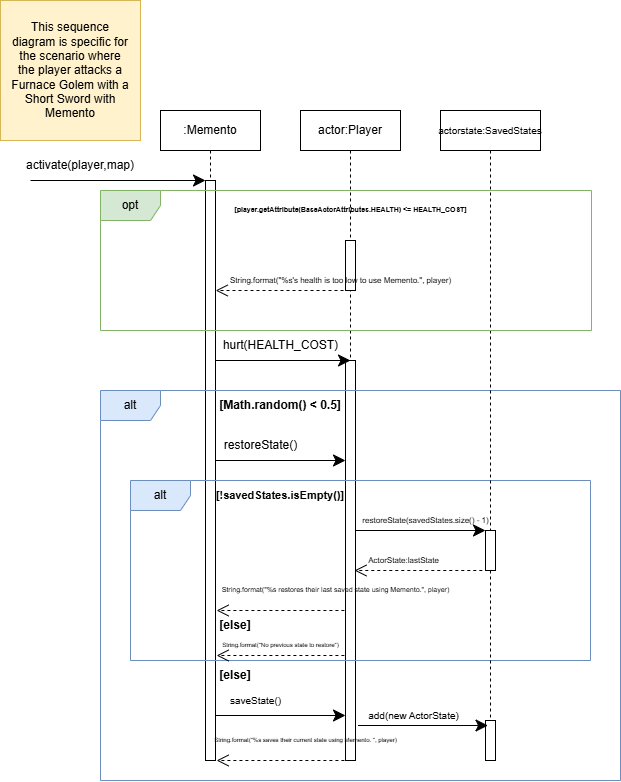
Earlier version of the draw.io export docs/design/Assignment3/A3_REQ3_Sequence_Diagram.png (Fennessy10/EldenThingJava). Source tidied: cells renumbered, new cells last; positions are measured from the earlier drawing's top-left corner, leaving out a move shared by most shapes.
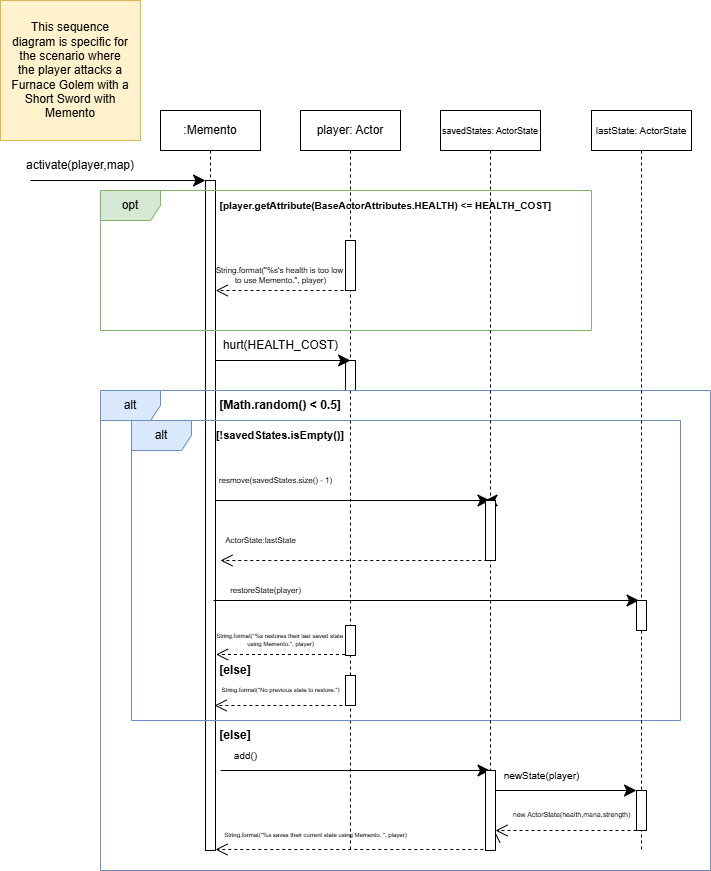
The same file after the commit.

Commit message:
Updated UML and Sequence Diagrams for REQ 3

Change to the diagram source:
```diff
@@ -3,10 +3,10 @@
     <mxCell id="0" />
     <mxCell id="1" parent="0" />
     <mxCell id="2" value=":Memento" style="shape=umlLifeline;perimeter=lifelinePerimeter;whiteSpace=wrap;html=1;newEdgeStyle={&quot;curved&quot;:0,&quot;rounded&quot;:0};" parent="1" vertex="1">
-      <mxGeometry x="160" y="110" width="100" height="650" as="geometry" />
+      <mxGeometry x="160" y="110" width="100" height="740" as="geometry" />
     </mxCell>
     <mxCell id="3" style="html=1;points=[[0,0,0,0,5],[0,1,0,0,-5],[1,0,0,0,5],[1,1,0,0,-5]];perimeter=orthogonalPerimeter;outlineConnect=0;targetShapes=umlLifeline;portConstraint=eastwest;newEdgeStyle={&quot;curved&quot;:0,&quot;rounded&quot;:0};" parent="2" vertex="1">
-      <mxGeometry x="45" y="70" width="10" height="580" as="geometry" />
+      <mxGeometry x="45" y="70" width="10" height="670" as="geometry" />
     </mxCell>
     <mxCell id="4" style="whiteSpace=wrap;html=1;fillColor=#fff2cc;strokeColor=#d6b656;" parent="1" vertex="1">
       <mxGeometry width="140" height="140" as="geometry" />
@@ -14,14 +14,14 @@
     <mxCell id="5" value="This sequence diagram is specific for the scenario where the player attacks a Furnace Golem with a Short Sword with Memento" style="text;html=1;align=center;verticalAlign=middle;whiteSpace=wrap;rounded=0;" parent="1" vertex="1">
       <mxGeometry x="10" y="55" width="120" height="30" as="geometry" />
     </mxCell>
-    <mxCell id="6" value="actor:Player" style="shape=umlLifeline;perimeter=lifelinePerimeter;whiteSpace=wrap;html=1;newEdgeStyle={&quot;curved&quot;:0,&quot;rounded&quot;:0};" parent="1" vertex="1">
-      <mxGeometry x="300" y="110" width="100" height="650" as="geometry" />
+    <mxCell id="6" value="player: Actor" style="shape=umlLifeline;perimeter=lifelinePerimeter;whiteSpace=wrap;html=1;newEdgeStyle={&quot;curved&quot;:0,&quot;rounded&quot;:0};" parent="1" vertex="1">
+      <mxGeometry x="300" y="110" width="100" height="740" as="geometry" />
     </mxCell>
     <mxCell id="7" style="html=1;perimeter=orthogonalPerimeter;targetShapes=umlLifeline;newEdgeStyle={&quot;curved&quot;:0,&quot;rounded&quot;:0};" parent="6" vertex="1">
       <mxGeometry x="45" y="130" width="10" height="50" as="geometry" />
     </mxCell>
     <mxCell id="8" style="html=1;perimeter=orthogonalPerimeter;targetShapes=umlLifeline;newEdgeStyle={&quot;curved&quot;:0,&quot;rounded&quot;:0};" parent="6" vertex="1">
-      <mxGeometry x="45" y="250" width="10" height="400" as="geometry" />
+      <mxGeometry x="45" y="250" width="10" height="30" as="geometry" />
     </mxCell>
     <mxCell id="9" style="endArrow=classic;html=1;rounded=0;endSize=10;" parent="1" edge="1" target="3">
       <mxGeometry relative="1" as="geometry">
@@ -32,10 +32,10 @@
       <mxGeometry x="50" y="150" width="60" height="30" as="geometry" />
     </mxCell>
     <mxCell id="11" value="alt" style="shape=umlFrame;whiteSpace=wrap;html=1;fillColor=#dae8fc;strokeColor=#6c8ebf;" parent="1" vertex="1">
-      <mxGeometry x="130" y="480" width="460" height="180" as="geometry" />
+      <mxGeometry x="131" y="420" width="549" height="300" as="geometry" />
     </mxCell>
-    <mxCell id="12" value="&lt;span&gt;[player.getAttribute(BaseActorAttributes.HEALTH) &amp;lt;= HEALTH_COST]&lt;/span&gt;" style="text;html=1;align=center;verticalAlign=middle;strokeColor=none;fillColor=none;fontSize=7;fontStyle=1;" parent="1" vertex="1">
-      <mxGeometry x="230" y="200" width="240" height="20" as="geometry" />
+    <mxCell id="12" value="&lt;span style=&quot;font-size: 10px;&quot;&gt;[player.getAttribute(BaseActorAttributes.HEALTH) &amp;lt;= HEALTH_COST]&lt;/span&gt;" style="text;html=1;align=center;verticalAlign=middle;strokeColor=none;fillColor=none;fontSize=10;fontStyle=1;" parent="1" vertex="1">
+      <mxGeometry x="215" y="190" width="340" height="30" as="geometry" />
     </mxCell>
     <mxCell id="13" style="endArrow=open;html=1;rounded=0;endSize=10;entryX=-0.016;entryY=0.472;entryDx=0;entryDy=0;entryPerimeter=0;endFill=0;dashed=1;" parent="1" edge="1">
       <mxGeometry relative="1" as="geometry">
@@ -43,8 +43,8 @@
         <mxPoint x="215.2" y="290" as="targetPoint" />
       </mxGeometry>
     </mxCell>
-    <mxCell id="14" value="String.format(&quot;%s's health is too low to use Memento.&quot;, player)" style="text;html=1;align=center;verticalAlign=middle;strokeColor=none;fillColor=none;fontSize=8;" parent="1" vertex="1">
-      <mxGeometry x="220" y="270" width="240" height="20" as="geometry" />
+    <mxCell id="14" value="String.format(&quot;%s's health is too low&amp;nbsp;&lt;div&gt;to use Memento.&quot;, player)&lt;/div&gt;" style="text;html=1;align=center;verticalAlign=middle;strokeColor=none;fillColor=none;fontSize=8;" parent="1" vertex="1">
+      <mxGeometry x="205" y="260" width="150" height="30" as="geometry" />
     </mxCell>
     <mxCell id="15" style="endArrow=classic;html=1;rounded=0;endSize=10;" parent="1" edge="1">
       <mxGeometry relative="1" as="geometry">
@@ -56,103 +56,139 @@
       <mxGeometry x="210" y="330" width="140" height="30" as="geometry" />
     </mxCell>
     <mxCell id="17" value="alt" style="shape=umlFrame;whiteSpace=wrap;html=1;fillColor=#dae8fc;strokeColor=#6c8ebf;" parent="1" vertex="1">
-      <mxGeometry x="100" y="390" width="520" height="390" as="geometry" />
+      <mxGeometry x="100" y="390" width="610" height="480" as="geometry" />
     </mxCell>
     <mxCell id="18" value="[Math.random() &amp;lt; 0.5]" style="text;html=1;align=center;verticalAlign=middle;whiteSpace=wrap;rounded=0;fontStyle=1;" parent="1" vertex="1">
       <mxGeometry x="185" y="390" width="190" height="30" as="geometry" />
     </mxCell>
     <mxCell id="19" style="endArrow=open;html=1;rounded=0;endSize=10;entryX=-0.016;entryY=0.472;entryDx=0;entryDy=0;entryPerimeter=0;endFill=0;dashed=1;" parent="1" edge="1">
       <mxGeometry relative="1" as="geometry">
-        <mxPoint x="343.9" y="610" as="sourcePoint" />
-        <mxPoint x="216.1" y="610" as="targetPoint" />
+        <mxPoint x="344.4" y="654" as="sourcePoint" />
+        <mxPoint x="215.6" y="654" as="targetPoint" />
       </mxGeometry>
     </mxCell>
     <mxCell id="20" style="endArrow=classic;html=1;rounded=0;endSize=10;" parent="1" edge="1">
       <mxGeometry relative="1" as="geometry">
-        <mxPoint x="215" y="460" as="sourcePoint" />
-        <mxPoint x="345" y="460" as="targetPoint" />
+        <mxPoint x="345" y="480" as="sourcePoint" />
+        <mxPoint x="345" y="480" as="targetPoint" />
       </mxGeometry>
     </mxCell>
-    <mxCell id="21" value="&lt;font style=&quot;font-size: 10px;&quot;&gt;actorstate:SavedStates&lt;/font&gt;" style="shape=umlLifeline;perimeter=lifelinePerimeter;whiteSpace=wrap;html=1;outlineConnect=0;portConstraint=eastwest;newEdgeStyle={&quot;curved&quot;:0,&quot;rounded&quot;:0};fontSize=10;" parent="1" vertex="1">
-      <mxGeometry x="440" y="110" width="100" height="650" as="geometry" />
-    </mxCell>
-    <mxCell id="22" style="html=1;perimeter=orthogonalPerimeter;targetShapes=umlLifeline;newEdgeStyle={&quot;curved&quot;:0,&quot;rounded&quot;:0};" parent="21" vertex="1">
-      <mxGeometry x="45" y="420" width="10" height="40" as="geometry" />
-    </mxCell>
-    <mxCell id="23" style="html=1;points=[[0,0,0,0,5],[0,1,0,0,-5],[1,0,0,0,5],[1,1,0,0,-5]];perimeter=orthogonalPerimeter;outlineConnect=0;targetShapes=umlLifeline;portConstraint=eastwest;newEdgeStyle={&quot;curved&quot;:0,&quot;rounded&quot;:0};" parent="21" vertex="1">
-      <mxGeometry x="45" y="610" width="10" height="40" as="geometry" />
-    </mxCell>
-    <mxCell id="24" value="restoreState()" style="text;html=1;align=center;verticalAlign=middle;strokeColor=none;fillColor=none;" parent="1" vertex="1">
-      <mxGeometry x="210" y="430" width="100" height="30" as="geometry" />
-    </mxCell>
     <mxCell id="25" value="opt" style="shape=umlFrame;whiteSpace=wrap;html=1;fillColor=#d5e8d4;strokeColor=#82b366;" parent="1" vertex="1">
       <mxGeometry x="100" y="190" width="491" height="140" as="geometry" />
     </mxCell>
     <mxCell id="26" value="&lt;font style=&quot;font-size: 11px;&quot;&gt;[!savedStates.isEmpty()]&lt;/font&gt;" style="text;html=1;align=center;verticalAlign=middle;whiteSpace=wrap;rounded=0;fontStyle=1;" parent="1" vertex="1">
-      <mxGeometry x="185" y="480" width="190" height="30" as="geometry" />
+      <mxGeometry x="185" y="420" width="190" height="30" as="geometry" />
     </mxCell>
-    <mxCell id="27" style="endArrow=classic;html=1;rounded=0;endSize=10;" parent="1" edge="1">
+    <mxCell id="27" style="endArrow=classic;html=1;rounded=0;endSize=10;" parent="1" edge="1" source="21">
       <mxGeometry relative="1" as="geometry">
-        <mxPoint x="355" y="530" as="sourcePoint" />
-        <mxPoint x="485" y="530" as="targetPoint" />
+        <mxPoint x="484.5" y="500" as="targetPoint" />
       </mxGeometry>
     </mxCell>
-    <mxCell id="28" value="restoreState(savedStates.size() - 1)" style="text;html=1;align=center;verticalAlign=middle;strokeColor=none;fillColor=none;fontSize=8;" parent="1" vertex="1">
-      <mxGeometry x="350" y="510" width="150" height="20" as="geometry" />
+    <mxCell id="28" value="resmove(savedStates.size() - 1)" style="text;html=1;align=center;verticalAlign=middle;strokeColor=none;fillColor=none;fontSize=8;" parent="1" vertex="1">
+      <mxGeometry x="205" y="470" width="140" height="20" as="geometry" />
     </mxCell>
-    <mxCell id="29" style="endArrow=open;html=1;rounded=0;endSize=10;entryX=-0.016;entryY=0.472;entryDx=0;entryDy=0;entryPerimeter=0;endFill=0;dashed=1;" parent="1" edge="1">
+    <mxCell id="29" style="endArrow=open;html=1;rounded=0;endSize=10;endFill=0;dashed=1;" parent="1" edge="1">
       <mxGeometry relative="1" as="geometry">
-        <mxPoint x="481.8" y="570" as="sourcePoint" />
-        <mxPoint x="354" y="570" as="targetPoint" />
+        <mxPoint x="486.8" y="560" as="sourcePoint" />
+        <mxPoint x="220" y="560" as="targetPoint" />
       </mxGeometry>
     </mxCell>
     <mxCell id="30" value="ActorState:lastState" style="text;html=1;align=center;verticalAlign=middle;strokeColor=none;fillColor=none;fontSize=8;" parent="1" vertex="1">
-      <mxGeometry x="357.5" y="550" width="90" height="20" as="geometry" />
+      <mxGeometry x="215" y="530" width="90" height="20" as="geometry" />
     </mxCell>
-    <mxCell id="31" value="String.format(&quot;%s restores their last saved state using Memento.&quot;, player)" style="text;html=1;align=center;verticalAlign=middle;strokeColor=none;fillColor=none;fontSize=7;" parent="1" vertex="1">
-      <mxGeometry x="210" y="580" width="250" height="20" as="geometry" />
-    </mxCell>
     <mxCell id="32" value="[else]" style="text;html=1;align=center;verticalAlign=middle;whiteSpace=wrap;rounded=0;fontStyle=1;" parent="1" vertex="1">
-      <mxGeometry x="140" y="610" width="190" height="30" as="geometry" />
+      <mxGeometry x="140" y="655" width="190" height="30" as="geometry" />
     </mxCell>
     <mxCell id="33" value="[else]" style="text;html=1;align=center;verticalAlign=middle;whiteSpace=wrap;rounded=0;fontStyle=1;" parent="1" vertex="1">
-      <mxGeometry x="140" y="660" width="190" height="30" as="geometry" />
+      <mxGeometry x="140" y="720" width="190" height="30" as="geometry" />
     </mxCell>
-    <mxCell id="34" style="endArrow=open;html=1;rounded=0;endSize=10;entryX=-0.016;entryY=0.472;entryDx=0;entryDy=0;entryPerimeter=0;endFill=0;dashed=1;" parent="1" edge="1">
-      <mxGeometry relative="1" as="geometry">
-        <mxPoint x="343.9" y="655" as="sourcePoint" />
-        <mxPoint x="216.1" y="655" as="targetPoint" />
-      </mxGeometry>
-    </mxCell>
-    <mxCell id="35" value="&lt;font style=&quot;font-size: 6px;&quot;&gt;String.format(&quot;No previous state to restore&quot;)&lt;/font&gt;" style="text;html=1;align=center;verticalAlign=middle;strokeColor=none;fillColor=none;fontSize=7;" parent="1" vertex="1">
-      <mxGeometry x="210" y="635" width="140" height="20" as="geometry" />
-    </mxCell>
     <mxCell id="36" style="endArrow=open;html=1;rounded=0;endSize=10;entryX=-0.016;entryY=0.472;entryDx=0;entryDy=0;entryPerimeter=0;endFill=0;dashed=1;" parent="1" edge="1">
       <mxGeometry relative="1" as="geometry">
-        <mxPoint x="343.9" y="760" as="sourcePoint" />
-        <mxPoint x="216.1" y="760" as="targetPoint" />
+        <mxPoint x="482.8" y="849" as="sourcePoint" />
+        <mxPoint x="215" y="849" as="targetPoint" />
       </mxGeometry>
     </mxCell>
     <mxCell id="37" value="&lt;font style=&quot;font-size: 6px;&quot;&gt;String.format(&quot;%s saves their current state using Memento. &quot;, player)&lt;/font&gt;" style="text;html=1;align=center;verticalAlign=middle;strokeColor=none;fillColor=none;fontSize=6;" parent="1" vertex="1">
-      <mxGeometry x="200" y="730" width="210" height="20" as="geometry" />
+      <mxGeometry x="210" y="825" width="210" height="20" as="geometry" />
     </mxCell>
-    <mxCell id="38" value="&lt;font style=&quot;font-size: 10px;&quot;&gt;saveState()&lt;/font&gt;" style="text;html=1;align=center;verticalAlign=middle;strokeColor=none;fillColor=none;fontSize=10;" parent="1" vertex="1">
-      <mxGeometry x="220" y="685" width="70" height="30" as="geometry" />
+    <mxCell id="38" value="add()" style="text;html=1;align=center;verticalAlign=middle;strokeColor=none;fillColor=none;fontSize=10;" parent="1" vertex="1">
+      <mxGeometry x="220" y="740" width="50" height="30" as="geometry" />
     </mxCell>
-    <mxCell id="39" style="endArrow=classic;html=1;rounded=0;endSize=10;" parent="1" edge="1">
+    <mxCell id="39" style="endArrow=classic;html=1;rounded=0;endSize=10;" parent="1" edge="1" target="21">
       <mxGeometry relative="1" as="geometry">
-        <mxPoint x="215" y="715" as="sourcePoint" />
-        <mxPoint x="345" y="715" as="targetPoint" />
+        <mxPoint x="220" y="770" as="sourcePoint" />
       </mxGeometry>
     </mxCell>
-    <mxCell id="40" style="endArrow=classic;html=1;rounded=0;endSize=10;" parent="1" edge="1">
+    <mxCell id="40" style="endArrow=classic;html=1;rounded=0;endSize=10;" parent="1" edge="1" target="45">
       <mxGeometry relative="1" as="geometry">
-        <mxPoint x="357.5" y="725" as="sourcePoint" />
-        <mxPoint x="487.5" y="725" as="targetPoint" />
+        <mxPoint x="495" y="790" as="sourcePoint" />
       </mxGeometry>
     </mxCell>
-    <mxCell id="41" value="add(new ActorState)" style="text;html=1;align=center;verticalAlign=middle;strokeColor=none;fillColor=none;fontSize=10;" parent="1" vertex="1">
-      <mxGeometry x="357.5" y="700" width="110" height="30" as="geometry" />
-    </mxCell>
+    <mxCell id="42" style="endArrow=classic;html=1;rounded=0;endSize=10;" parent="1" edge="1">
+      <mxGeometry relative="1" as="geometry">
+        <mxPoint x="213" y="600" as="sourcePoint" />
+        <mxPoint x="638.5" y="600" as="targetPoint" />
+      </mxGeometry>
+    </mxCell>
+    <mxCell id="43" value="lastState: ActorState" style="shape=umlLifeline;perimeter=lifelinePerimeter;whiteSpace=wrap;html=1;newEdgeStyle={&quot;curved&quot;:0,&quot;rounded&quot;:0};fontSize=10;" parent="1" vertex="1">
+      <mxGeometry x="591" y="110" width="100" height="740" as="geometry" />
+    </mxCell>
+    <mxCell id="44" style="html=1;perimeter=orthogonalPerimeter;targetShapes=umlLifeline;newEdgeStyle={&quot;curved&quot;:0,&quot;rounded&quot;:0};" parent="43" vertex="1">
+      <mxGeometry x="45" y="490" width="10" height="30" as="geometry" />
+    </mxCell>
+    <mxCell id="45" style="html=1;points=[[0,0,0,0,5],[0,1,0,0,-5],[1,0,0,0,5],[1,1,0,0,-5]];perimeter=orthogonalPerimeter;outlineConnect=0;targetShapes=umlLifeline;portConstraint=eastwest;newEdgeStyle={&quot;curved&quot;:0,&quot;rounded&quot;:0};" parent="43" vertex="1">
+      <mxGeometry x="45" y="680" width="10" height="40" as="geometry" />
+    </mxCell>
+    <mxCell id="46" value="restoreState(player)" style="text;html=1;align=center;verticalAlign=middle;strokeColor=none;fillColor=none;fontSize=8;" parent="1" vertex="1">
+      <mxGeometry x="220" y="580" width="90" height="20" as="geometry" />
+    </mxCell>
+    <mxCell id="47" style="html=1;perimeter=orthogonalPerimeter;targetShapes=umlLifeline;newEdgeStyle={&quot;curved&quot;:0,&quot;rounded&quot;:0};" parent="1" vertex="1">
+      <mxGeometry x="345" y="625" width="10" height="30" as="geometry" />
+    </mxCell>
+    <mxCell id="48" style="html=1;perimeter=orthogonalPerimeter;targetShapes=umlLifeline;newEdgeStyle={&quot;curved&quot;:0,&quot;rounded&quot;:0};" parent="1" vertex="1">
+      <mxGeometry x="345" y="675" width="10" height="30" as="geometry" />
+    </mxCell>
+    <mxCell id="49" style="endArrow=open;html=1;rounded=0;endSize=10;entryX=-0.016;entryY=0.472;entryDx=0;entryDy=0;entryPerimeter=0;endFill=0;dashed=1;" parent="1" edge="1">
+      <mxGeometry relative="1" as="geometry">
+        <mxPoint x="341.9" y="705" as="sourcePoint" />
+        <mxPoint x="214.1" y="705" as="targetPoint" />
+      </mxGeometry>
+    </mxCell>
+    <mxCell id="50" value="&lt;font style=&quot;font-size: 6px;&quot;&gt;String.format(&quot;No previous state to restore.&quot;)&lt;/font&gt;" style="text;html=1;align=center;verticalAlign=middle;strokeColor=none;fillColor=none;fontSize=6;" parent="1" vertex="1">
+      <mxGeometry x="210" y="680" width="140" height="20" as="geometry" />
+    </mxCell>
+    <mxCell id="51" value="newState(player)" style="text;html=1;align=center;verticalAlign=middle;strokeColor=none;fillColor=none;fontSize=10;" parent="1" vertex="1">
+      <mxGeometry x="491" y="760" width="100" height="30" as="geometry" />
+    </mxCell>
+    <mxCell id="52" style="endArrow=open;html=1;rounded=0;endSize=10;endFill=0;dashed=1;" parent="1" edge="1" source="23">
+      <mxGeometry relative="1" as="geometry">
+        <mxPoint x="494" y="830" as="targetPoint" />
+      </mxGeometry>
+    </mxCell>
+    <mxCell id="53" value="&lt;font style=&quot;font-size: 7px;&quot;&gt;new ActorState(health,mana,strength)&lt;/font&gt;" style="text;html=1;align=center;verticalAlign=middle;strokeColor=none;fillColor=none;fontSize=7;" parent="1" vertex="1">
+      <mxGeometry x="501" y="805" width="140" height="20" as="geometry" />
+    </mxCell>
+    <mxCell id="54" style="endArrow=classic;html=1;rounded=0;endSize=10;" parent="1" edge="1" target="21">
+      <mxGeometry relative="1" as="geometry">
+        <mxPoint x="215.5" y="500" as="sourcePoint" />
+      </mxGeometry>
+    </mxCell>
+    <mxCell id="21" value="&lt;font style=&quot;font-size: 9px;&quot;&gt;savedStates: ActorState&lt;/font&gt;" style="shape=umlLifeline;perimeter=lifelinePerimeter;whiteSpace=wrap;html=1;outlineConnect=0;portConstraint=eastwest;newEdgeStyle={&quot;curved&quot;:0,&quot;rounded&quot;:0};fontSize=10;" parent="1" vertex="1">
+      <mxGeometry x="440" y="110" width="100" height="740" as="geometry" />
+    </mxCell>
+    <mxCell id="22" style="html=1;perimeter=orthogonalPerimeter;targetShapes=umlLifeline;newEdgeStyle={&quot;curved&quot;:0,&quot;rounded&quot;:0};" parent="21" vertex="1">
+      <mxGeometry x="45" y="390" width="10" height="60" as="geometry" />
+    </mxCell>
+    <mxCell id="55" style="endArrow=open;html=1;rounded=0;endSize=10;endFill=0;dashed=1;" parent="1" edge="1" target="23">
+      <mxGeometry relative="1" as="geometry">
+        <mxPoint x="636" y="830" as="sourcePoint" />
+      </mxGeometry>
+    </mxCell>
+    <mxCell id="23" style="html=1;points=[[0,0,0,0,5],[0,1,0,0,-5],[1,0,0,0,5],[1,1,0,0,-5]];perimeter=orthogonalPerimeter;outlineConnect=0;targetShapes=umlLifeline;portConstraint=eastwest;newEdgeStyle={&quot;curved&quot;:0,&quot;rounded&quot;:0};" parent="1" vertex="1">
+      <mxGeometry x="485" y="770" width="10" height="80" as="geometry" />
+    </mxCell>
+    <mxCell id="31" value="String.format(&quot;%s restores their last saved state&amp;nbsp;&lt;div style=&quot;font-size: 6px;&quot;&gt;using Memento.&quot;, player)&lt;/div&gt;" style="text;html=1;align=center;verticalAlign=middle;strokeColor=none;fillColor=none;fontSize=6;" parent="1" vertex="1">
+      <mxGeometry x="205" y="625" width="150" height="30" as="geometry" />
+    </mxCell>
   </root>
 </mxGraphModel>
```
